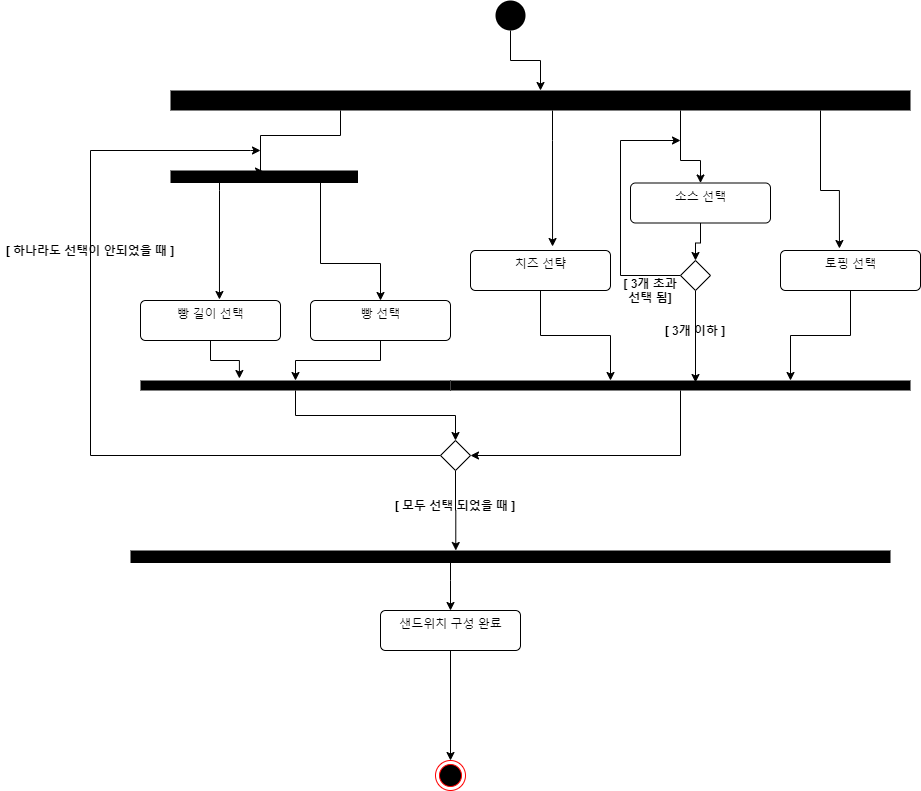
Earlier version of the draw.io export 상세명세서/Functional Model/activity diagram/Order Sandwich.png (distroytest/KNUSD-20202-Team05). Source tidied: cells renumbered, new cells last; positions are measured from the earlier drawing's top-left corner, leaving out a move shared by most shapes.
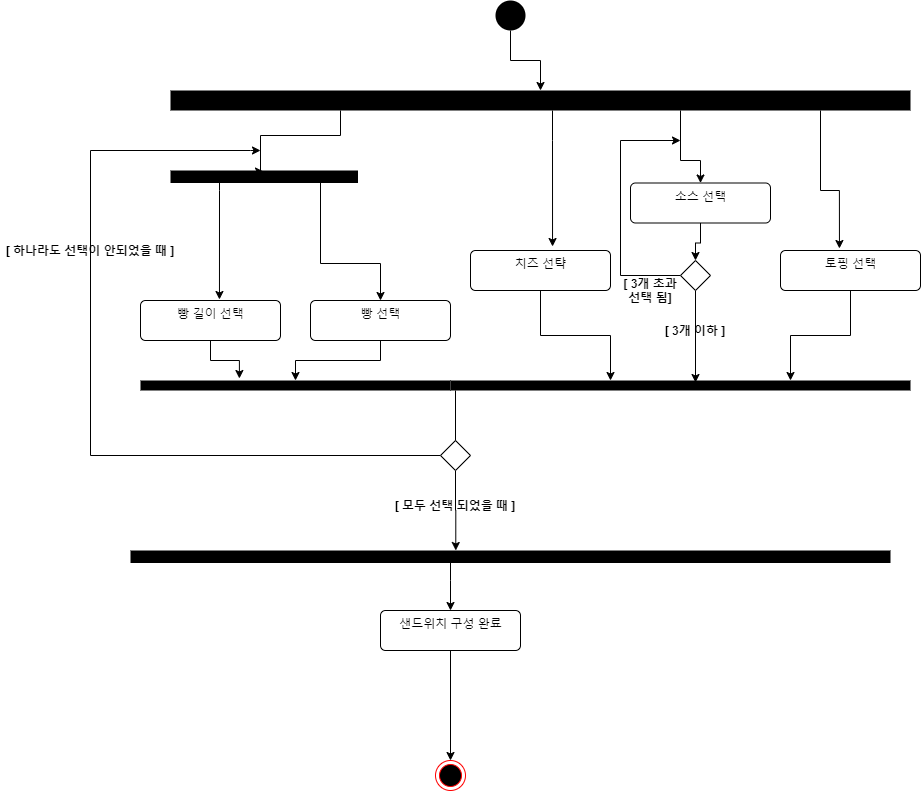
After the change.

Diff of the diagram source:
```diff
@@ -103,16 +103,13 @@
     <mxCell id="21" value="토핑 선택" style="html=1;align=center;verticalAlign=top;rounded=1;absoluteArcSize=1;arcSize=10;dashed=0;" parent="1" vertex="1">
       <mxGeometry x="780" y="250" width="140" height="40" as="geometry" />
     </mxCell>
-    <mxCell id="22" style="edgeStyle=orthogonalEdgeStyle;rounded=0;jettySize=auto;html=1;" parent="1" edge="1" source="23" target="30">
-      <mxGeometry relative="1" as="geometry" />
-    </mxCell>
     <mxCell id="23" style="html=1;points=[];perimeter=orthogonalPerimeter;fillColor=#000000;strokeColor=none;direction=south;" parent="1" vertex="1">
       <mxGeometry x="140" y="380" width="310" height="10" as="geometry" />
     </mxCell>
     <mxCell id="24" style="edgeStyle=orthogonalEdgeStyle;rounded=0;jettySize=auto;html=1;entryX=1;entryY=0.5;entryDx=0;entryDy=0;" parent="1" edge="1" source="25" target="30">
       <mxGeometry relative="1" as="geometry">
         <Array as="points">
-          <mxPoint x="680" y="455" />
+          <mxPoint x="455" y="455" />
         </Array>
       </mxGeometry>
     </mxCell>
```
